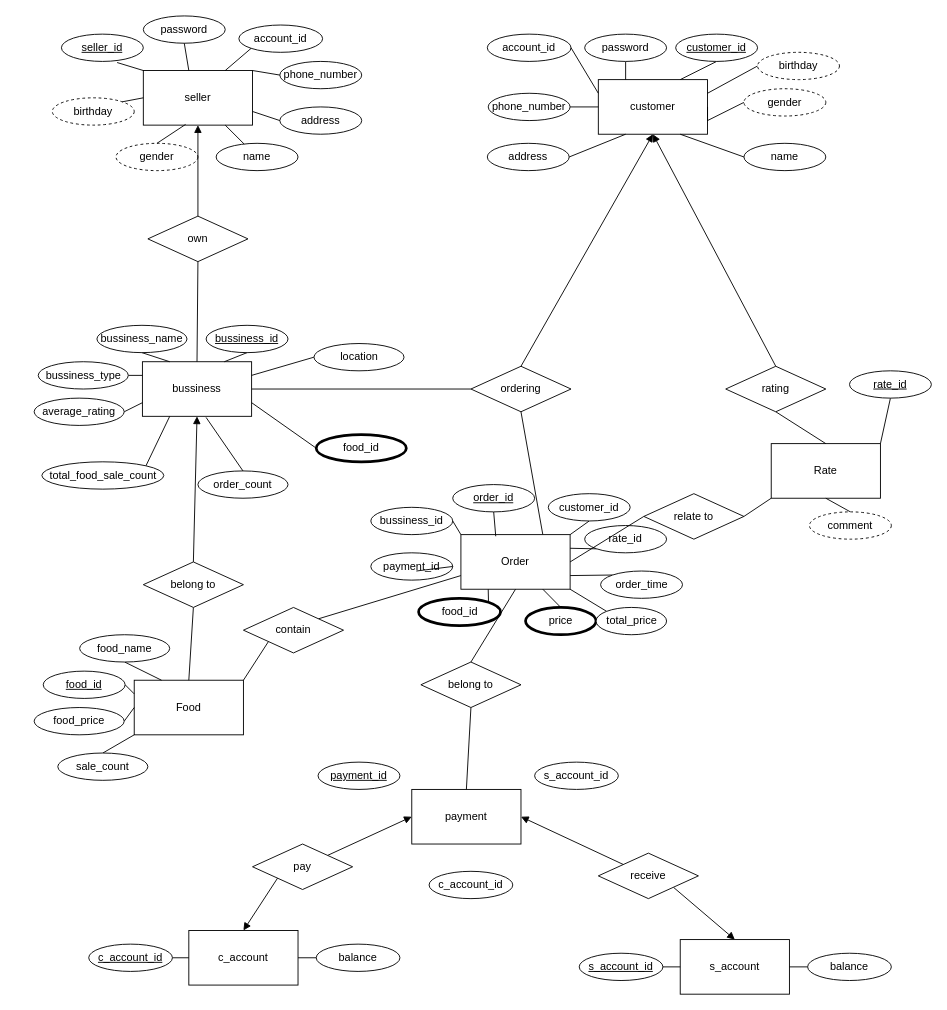
This is Untitled Diagram.drawio from Kaiyang-Liu/Using-R-Series, a draw.io file, before an edit. Source tidied: cells renumbered, new cells numbered last; positions are measured from the earlier drawing's top-left corner, leaving out a move shared by most shapes. Both pictures are drawn from the tidied source at 91%, with x=0, y=0 at pixel (34, 15).
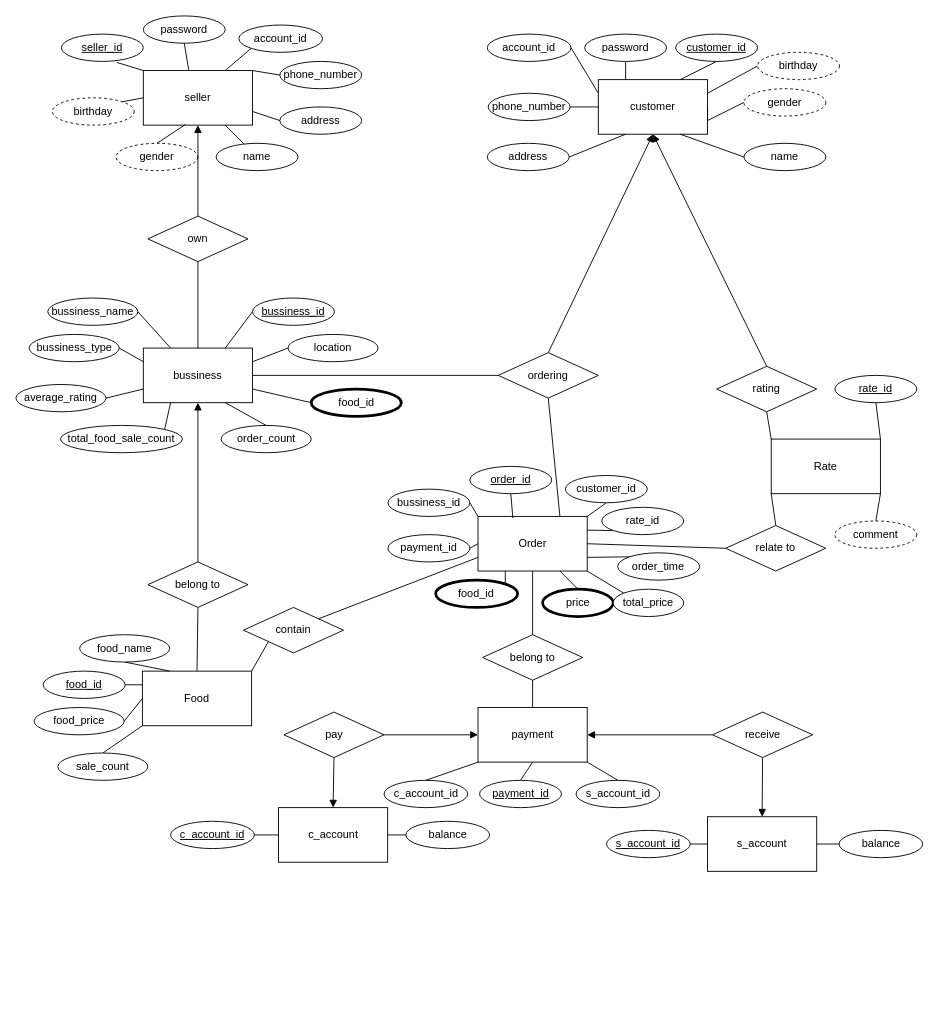
The same diagram, later.

The change refers to these unchanged cells:
```xml
<mxCell id="112" value="Order" style="rounded=0;whiteSpace=wrap;html=1;" parent="111" vertex="1">
  <mxGeometry x="99" y="45" width="120" height="60" as="geometry" />
</mxCell>
<mxCell id="115" value="payment_id" style="ellipse;whiteSpace=wrap;html=1;fontStyle=0;" parent="111" vertex="1">
  <mxGeometry y="65" width="90" height="30" as="geometry" />
</mxCell>
```

Diff of the diagram source:
```diff
@@
     <mxCell id="4" value="bussiness" style="rounded=0;whiteSpace=wrap;html=1;" parent="1" vertex="1">
-      <mxGeometry x="119" y="380" width="120" height="60" as="geometry" />
+      <mxGeometry x="120" y="365" width="120" height="60" as="geometry" />
     </mxCell>
     <mxCell id="5" value="Rate" style="rounded=0;whiteSpace=wrap;html=1;" parent="1" vertex="1">
-      <mxGeometry x="810" y="470" width="120" height="60" as="geometry" />
+      <mxGeometry x="810" y="465" width="120" height="60" as="geometry" />
     </mxCell>
@@
     <mxCell id="7" value="Food" style="rounded=0;whiteSpace=wrap;html=1;" parent="1" vertex="1">
-      <mxGeometry x="110" y="730" width="120" height="60" as="geometry" />
+      <mxGeometry x="119" y="720" width="120" height="60" as="geometry" />
     </mxCell>
-    <mxCell id="8" style="edgeStyle=none;rounded=0;jettySize=auto;html=1;exitX=1;exitY=0.5;exitDx=0;exitDy=0;entryX=0;entryY=0;entryDx=0;entryDy=0;endArrow=none;endFill=0;startArrow=block;startFill=1;" parent="1" edge="1" source="9" target="15">
+    <mxCell id="8" style="edgeStyle=none;rounded=0;jettySize=auto;html=1;exitX=1;exitY=0.5;exitDx=0;exitDy=0;entryX=0;entryY=0.5;entryDx=0;entryDy=0;endArrow=none;endFill=0;startArrow=block;startFill=1;" parent="1" edge="1" source="9" target="15">
       <mxGeometry relative="1" as="geometry" />
     </mxCell>
     <mxCell id="9" value="payment" style="rounded=0;whiteSpace=wrap;html=1;" parent="1" vertex="1">
-      <mxGeometry x="415" y="850" width="120" height="60" as="geometry" />
+      <mxGeometry x="487.8" y="760" width="120" height="60" as="geometry" />
     </mxCell>
-    <mxCell id="10" style="edgeStyle=none;rounded=0;jettySize=auto;html=1;exitX=0.5;exitY=1;exitDx=0;exitDy=0;entryX=0.75;entryY=0;entryDx=0;entryDy=0;endArrow=none;endFill=0;" parent="1" edge="1" source="11" target="4">
+    <mxCell id="10" style="edgeStyle=none;rounded=0;jettySize=auto;html=1;exitX=0;exitY=0.5;exitDx=0;exitDy=0;entryX=0.75;entryY=0;entryDx=0;entryDy=0;endArrow=none;endFill=0;" parent="1" edge="1" source="11" target="4">
       <mxGeometry relative="1" as="geometry" />
     </mxCell>
     <mxCell id="11" value="bussiness_id" style="ellipse;whiteSpace=wrap;html=1;fontStyle=4;" parent="1" vertex="1">
-      <mxGeometry x="189" y="340" width="90" height="30" as="geometry" />
+      <mxGeometry x="240" y="310" width="90" height="30" as="geometry" />
     </mxCell>
-    <mxCell id="12" style="edgeStyle=none;rounded=0;jettySize=auto;html=1;exitX=1;exitY=0;exitDx=0;exitDy=0;entryX=0;entryY=0.5;entryDx=0;entryDy=0;endArrow=block;endFill=1;" parent="1" edge="1" source="13" target="9">
+    <mxCell id="12" style="edgeStyle=none;rounded=0;jettySize=auto;html=1;exitX=1;exitY=0.5;exitDx=0;exitDy=0;entryX=0;entryY=0.5;entryDx=0;entryDy=0;endArrow=block;endFill=1;" parent="1" edge="1" source="13" target="9">
       <mxGeometry relative="1" as="geometry" />
     </mxCell>
     <mxCell id="13" value="pay" style="rhombus;whiteSpace=wrap;html=1;shadow=0;sketch=0;" parent="1" vertex="1">
-      <mxGeometry x="240" y="910" width="110" height="50" as="geometry" />
+      <mxGeometry x="274.5" y="765" width="110" height="50" as="geometry" />
     </mxCell>
-    <mxCell id="14" style="edgeStyle=none;rounded=0;jettySize=auto;html=1;exitX=1;exitY=1;exitDx=0;exitDy=0;entryX=0.5;entryY=0;entryDx=0;entryDy=0;endArrow=block;endFill=1;" parent="1" edge="1" source="15" target="74">
+    <mxCell id="14" style="edgeStyle=none;rounded=0;jettySize=auto;html=1;exitX=0.5;exitY=1;exitDx=0;exitDy=0;entryX=0.5;entryY=0;entryDx=0;entryDy=0;endArrow=block;endFill=1;" parent="1" edge="1" source="15" target="74">
       <mxGeometry relative="1" as="geometry" />
     </mxCell>
     <mxCell id="15" value="receive" style="rhombus;whiteSpace=wrap;html=1;shadow=0;sketch=0;" parent="1" vertex="1">
-      <mxGeometry x="620" y="920" width="110" height="50" as="geometry" />
+      <mxGeometry x="745.5" y="765" width="110" height="50" as="geometry" />
     </mxCell>
@@
     <mxCell id="17" value="belong to" style="rhombus;whiteSpace=wrap;html=1;shadow=0;sketch=0;" parent="1" vertex="1">
-      <mxGeometry x="425" y="710" width="110" height="50" as="geometry" />
+      <mxGeometry x="492.8" y="680" width="110" height="50" as="geometry" />
     </mxCell>
@@
     <mxCell id="19" value="belong to" style="rhombus;whiteSpace=wrap;html=1;shadow=0;sketch=0;" parent="1" vertex="1">
-      <mxGeometry x="120" y="600" width="110" height="50" as="geometry" />
+      <mxGeometry x="125" y="600" width="110" height="50" as="geometry" />
     </mxCell>
@@
     <mxCell id="59" style="group;fontStyle=4;" parent="1" vertex="1">
-      <mxGeometry x="60" y="1005" width="342" height="60" as="geometry" />
+      <mxGeometry x="163" y="890" width="342" height="60" as="geometry" />
     </mxCell>
     <mxCell id="60" value="c_account" style="rounded=0;whiteSpace=wrap;html=1;" parent="59" vertex="1">
-      <mxGeometry x="110" width="120" height="60" as="geometry" />
+      <mxGeometry x="105.5" y="-20" width="120" height="60" as="geometry" />
     </mxCell>
@@
     <mxCell id="62" value="c_account_id" style="ellipse;whiteSpace=wrap;html=1;fontStyle=4;" parent="59" vertex="1">
-      <mxGeometry y="15" width="92" height="30" as="geometry" />
+      <mxGeometry x="-13" y="-5" width="92" height="30" as="geometry" />
     </mxCell>
@@
     <mxCell id="64" value="balance" style="ellipse;whiteSpace=wrap;html=1;" parent="59" vertex="1">
-      <mxGeometry x="250" y="15" width="92" height="30" as="geometry" />
+      <mxGeometry x="245.5" y="-5" width="92" height="30" as="geometry" />
     </mxCell>
-    <mxCell id="65" style="edgeStyle=none;rounded=0;jettySize=auto;html=1;exitX=0.5;exitY=1;exitDx=0;exitDy=0;entryX=0.25;entryY=0;entryDx=0;entryDy=0;endArrow=none;endFill=0;" parent="1" edge="1" source="66" target="4">
+    <mxCell id="65" style="edgeStyle=none;rounded=0;jettySize=auto;html=1;exitX=1;exitY=0.5;exitDx=0;exitDy=0;entryX=0.25;entryY=0;entryDx=0;entryDy=0;endArrow=none;endFill=0;" parent="1" edge="1" source="66" target="4">
       <mxGeometry relative="1" as="geometry" />
     </mxCell>
     <mxCell id="66" value="bussiness_name" style="ellipse;whiteSpace=wrap;html=1;" parent="1" vertex="1">
-      <mxGeometry x="69" y="340" width="99" height="30" as="geometry" />
+      <mxGeometry x="15" y="310" width="99" height="30" as="geometry" />
     </mxCell>
@@
     <mxCell id="68" value="rate_id" style="ellipse;whiteSpace=wrap;html=1;fontStyle=4;" parent="1" vertex="1">
-      <mxGeometry x="896" y="390" width="90" height="30" as="geometry" />
+      <mxGeometry x="880" y="395" width="90" height="30" as="geometry" />
     </mxCell>
@@
     <mxCell id="71" value="payment_id" style="ellipse;whiteSpace=wrap;html=1;fontStyle=4;" parent="1" vertex="1">
-      <mxGeometry x="312" y="820" width="90" height="30" as="geometry" />
+      <mxGeometry x="489.5" y="840" width="90" height="30" as="geometry" />
     </mxCell>
     <mxCell id="72" value="c_account_id" style="ellipse;whiteSpace=wrap;html=1;" parent="1" vertex="1">
-      <mxGeometry x="434" y="940" width="92" height="30" as="geometry" />
+      <mxGeometry x="384.5" y="840" width="92" height="30" as="geometry" />
     </mxCell>
     <mxCell id="73" style="group;" parent="1" vertex="1">
-      <mxGeometry x="599" y="1015" width="343" height="60" as="geometry" />
+      <mxGeometry x="633.5" y="900" width="343" height="60" as="geometry" />
     </mxCell>
     <mxCell id="74" value="s_account" style="rounded=0;whiteSpace=wrap;html=1;" parent="73" vertex="1">
-      <mxGeometry x="111" width="120" height="60" as="geometry" />
+      <mxGeometry x="106.5" y="-20" width="120" height="60" as="geometry" />
     </mxCell>
@@
     <mxCell id="76" value="s_account_id" style="ellipse;whiteSpace=wrap;html=1;fontStyle=4;" parent="73" vertex="1">
-      <mxGeometry y="15" width="92" height="30" as="geometry" />
+      <mxGeometry x="-4.5" y="-5" width="92" height="30" as="geometry" />
     </mxCell>
@@
     <mxCell id="78" value="balance" style="ellipse;whiteSpace=wrap;html=1;" parent="73" vertex="1">
-      <mxGeometry x="251" y="15" width="92" height="30" as="geometry" />
+      <mxGeometry x="251" y="-5" width="92" height="30" as="geometry" />
     </mxCell>
     <mxCell id="79" value="s_account_id" style="ellipse;whiteSpace=wrap;html=1;" parent="1" vertex="1">
-      <mxGeometry x="550" y="820" width="92" height="30" as="geometry" />
+      <mxGeometry x="595.5" y="840" width="92" height="30" as="geometry" />
     </mxCell>
@@
-    <mxCell id="84" style="edgeStyle=none;rounded=0;jettySize=auto;html=1;exitX=1;exitY=0.5;exitDx=0;exitDy=0;entryX=0;entryY=1;entryDx=0;entryDy=0;endArrow=none;endFill=0;" parent="1" edge="1" source="85" target="5">
+    <mxCell id="84" style="edgeStyle=none;rounded=0;jettySize=auto;html=1;exitX=0.5;exitY=0;exitDx=0;exitDy=0;entryX=0;entryY=1;entryDx=0;entryDy=0;endArrow=none;endFill=0;" parent="1" edge="1" source="85" target="5">
       <mxGeometry relative="1" as="geometry" />
     </mxCell>
     <mxCell id="85" value="relate to" style="rhombus;whiteSpace=wrap;html=1;shadow=0;sketch=0;" parent="1" vertex="1">
-      <mxGeometry x="670" y="525" width="110" height="50" as="geometry" />
+      <mxGeometry x="760" y="560" width="110" height="50" as="geometry" />
     </mxCell>
@@
     <mxCell id="87" value="bussiness_type" style="ellipse;whiteSpace=wrap;html=1;" parent="1" vertex="1">
-      <mxGeometry x="4.5" y="380" width="99" height="30" as="geometry" />
+      <mxGeometry x="-5.5" y="350" width="99" height="30" as="geometry" />
     </mxCell>
@@
-    <mxCell id="89" style="edgeStyle=none;rounded=0;jettySize=auto;html=1;exitX=0.5;exitY=1;exitDx=0;exitDy=0;entryX=0.5;entryY=0;entryDx=0;entryDy=0;endArrow=none;endFill=0;" parent="1" edge="1" source="90" target="5">
+    <mxCell id="89" style="edgeStyle=none;rounded=0;jettySize=auto;html=1;exitX=0.5;exitY=1;exitDx=0;exitDy=0;entryX=0;entryY=0;entryDx=0;entryDy=0;endArrow=none;endFill=0;" parent="1" edge="1" source="90" target="5">
       <mxGeometry relative="1" as="geometry" />
     </mxCell>
     <mxCell id="90" value="rating" style="rhombus;whiteSpace=wrap;html=1;shadow=0;sketch=0;" parent="1" vertex="1">
-      <mxGeometry x="760" y="385" width="110" height="50" as="geometry" />
+      <mxGeometry x="750" y="385" width="110" height="50" as="geometry" />
     </mxCell>
@@
     <mxCell id="97" value="ordering" style="rhombus;whiteSpace=wrap;html=1;shadow=0;sketch=0;" parent="1" vertex="1">
-      <mxGeometry x="480" y="385" width="110" height="50" as="geometry" />
+      <mxGeometry x="510" y="370" width="110" height="50" as="geometry" />
     </mxCell>
@@
     <mxCell id="99" value="average_rating" style="ellipse;whiteSpace=wrap;html=1;" parent="1" vertex="1">
-      <mxGeometry y="420" width="99" height="30" as="geometry" />
+      <mxGeometry x="-20" y="405" width="99" height="30" as="geometry" />
     </mxCell>
@@
     <mxCell id="101" value="location" style="ellipse;whiteSpace=wrap;html=1;" parent="1" vertex="1">
-      <mxGeometry x="307.5" y="360" width="99" height="30" as="geometry" />
+      <mxGeometry x="279" y="350" width="99" height="30" as="geometry" />
     </mxCell>
@@
     <mxCell id="103" value="total_food_sale_count" style="ellipse;whiteSpace=wrap;html=1;" parent="1" vertex="1">
-      <mxGeometry x="8.5" y="490" width="134" height="30" as="geometry" />
+      <mxGeometry x="29" y="450" width="134" height="30" as="geometry" />
     </mxCell>
-    <mxCell id="104" style="edgeStyle=none;rounded=0;jettySize=auto;html=1;exitX=0.5;exitY=0;exitDx=0;exitDy=0;entryX=0.583;entryY=1.02;entryDx=0;entryDy=0;entryPerimeter=0;endArrow=none;endFill=0;" parent="1" edge="1" source="105" target="4">
+    <mxCell id="104" style="edgeStyle=none;rounded=0;jettySize=auto;html=1;exitX=0.5;exitY=0;exitDx=0;exitDy=0;entryX=0.75;entryY=1;entryDx=0;entryDy=0;endArrow=none;endFill=0;" parent="1" edge="1" source="105" target="4">
       <mxGeometry relative="1" as="geometry" />
     </mxCell>
     <mxCell id="105" value="order_count" style="ellipse;whiteSpace=wrap;html=1;" parent="1" vertex="1">
-      <mxGeometry x="180" y="500" width="99" height="30" as="geometry" />
+      <mxGeometry x="205.5" y="450" width="99" height="30" as="geometry" />
     </mxCell>
-    <mxCell id="106" style="edgeStyle=none;rounded=0;jettySize=auto;html=1;exitX=0.5;exitY=0;exitDx=0;exitDy=0;entryX=0.5;entryY=1;entryDx=0;entryDy=0;endArrow=none;endFill=0;" parent="1" edge="1" source="107" target="5">
+    <mxCell id="106" style="edgeStyle=none;rounded=0;jettySize=auto;html=1;exitX=0.5;exitY=0;exitDx=0;exitDy=0;entryX=1;entryY=1;entryDx=0;entryDy=0;endArrow=none;endFill=0;" parent="1" edge="1" source="107" target="5">
       <mxGeometry relative="1" as="geometry" />
     </mxCell>
     <mxCell id="107" value="comment" style="ellipse;whiteSpace=wrap;html=1;shadow=0;sketch=0;dashed=1;" parent="1" vertex="1">
-      <mxGeometry x="852" y="545" width="90" height="30" as="geometry" />
+      <mxGeometry x="880" y="555" width="90" height="30" as="geometry" />
     </mxCell>
@@
     <mxCell id="111" style="group;" parent="1" vertex="1">
-      <mxGeometry x="370" y="525" width="352.5" height="170" as="geometry" />
+      <mxGeometry x="388.8" y="505" width="352.5" height="170" as="geometry" />
     </mxCell>
@@
+    <mxCell id="134" style="edgeStyle=none;rounded=0;jettySize=auto;html=1;exitX=1;exitY=0.5;exitDx=0;exitDy=0;endArrow=none;endFill=0;entryX=0;entryY=0.5;entryDx=0;entryDy=0;" parent="111" edge="1" source="115" target="112">
+      <mxGeometry relative="1" as="geometry" />
+    </mxCell>
@@
-    <mxCell id="131" style="edgeStyle=none;rounded=0;jettySize=auto;html=1;exitX=0.5;exitY=0;exitDx=0;exitDy=0;entryX=0;entryY=1;entryDx=0;entryDy=0;endArrow=none;endFill=0;startArrow=block;startFill=1;" parent="1" edge="1" source="60" target="13">
+    <mxCell id="131" style="edgeStyle=none;rounded=0;jettySize=auto;html=1;exitX=0.5;exitY=0;exitDx=0;exitDy=0;entryX=0.5;entryY=1;entryDx=0;entryDy=0;endArrow=none;endFill=0;startArrow=block;startFill=1;" parent="1" edge="1" source="60" target="13">
       <mxGeometry relative="1" as="geometry" />
     </mxCell>
@@
-    <mxCell id="134" style="edgeStyle=none;rounded=0;jettySize=auto;html=1;exitX=1;exitY=0.5;exitDx=0;exitDy=0;endArrow=none;endFill=0;" parent="1" edge="1" source="115">
-      <mxGeometry relative="1" as="geometry">
-        <mxPoint x="420" y="610" as="targetPoint" />
-      </mxGeometry>
-    </mxCell>
     <mxCell id="135" value="food_id" style="ellipse;whiteSpace=wrap;html=1;strokeWidth=3;" parent="1" vertex="1">
-      <mxGeometry x="310" y="460" width="99" height="30" as="geometry" />
+      <mxGeometry x="304.5" y="410" width="99" height="30" as="geometry" />
     </mxCell>
+    <mxCell id="136" style="endArrow=none;html=1;exitX=0.5;exitY=0;exitDx=0;exitDy=0;entryX=0;entryY=1;entryDx=0;entryDy=0;" parent="1" edge="1" source="72" target="9">
+      <mxGeometry relative="1" as="geometry" />
+    </mxCell>
+    <mxCell id="137" style="endArrow=none;html=1;entryX=0.5;entryY=1;entryDx=0;entryDy=0;exitX=0.5;exitY=0;exitDx=0;exitDy=0;" parent="1" edge="1" source="71" target="9">
+      <mxGeometry relative="1" as="geometry" />
+    </mxCell>
+    <mxCell id="138" style="endArrow=none;html=1;entryX=1;entryY=1;entryDx=0;entryDy=0;exitX=0.5;exitY=0;exitDx=0;exitDy=0;" parent="1" edge="1" source="79" target="9">
+      <mxGeometry relative="1" as="geometry" />
+    </mxCell>
```
